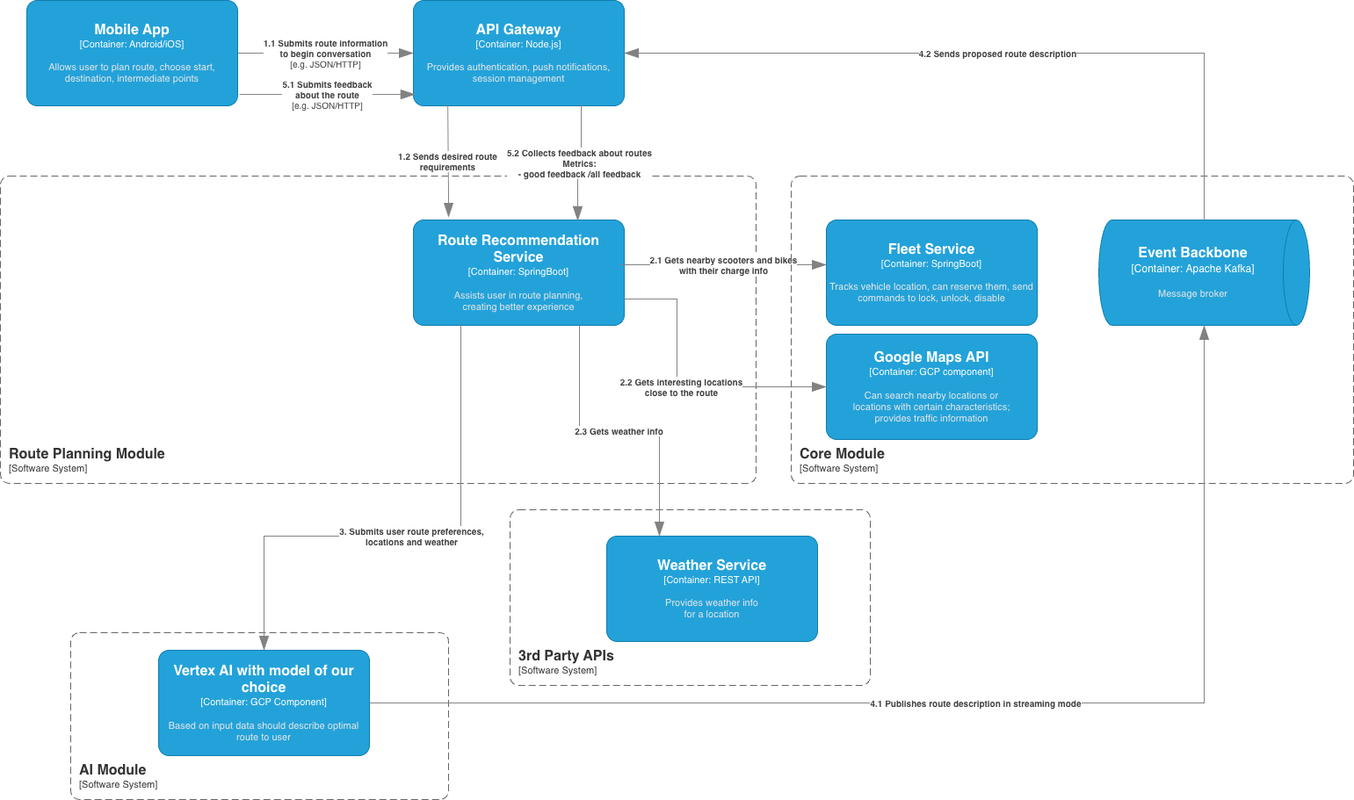
Earlier version of the draw.io export hld/scenarios/route-advice/Scooter_Bike Route Recommendation.drawio.png (Oleggio/five-nines-arch-katas). Source tidied: cells renumbered, new cells last; positions are measured from the earlier drawing's top-left corner, leaving out a move shared by most shapes.
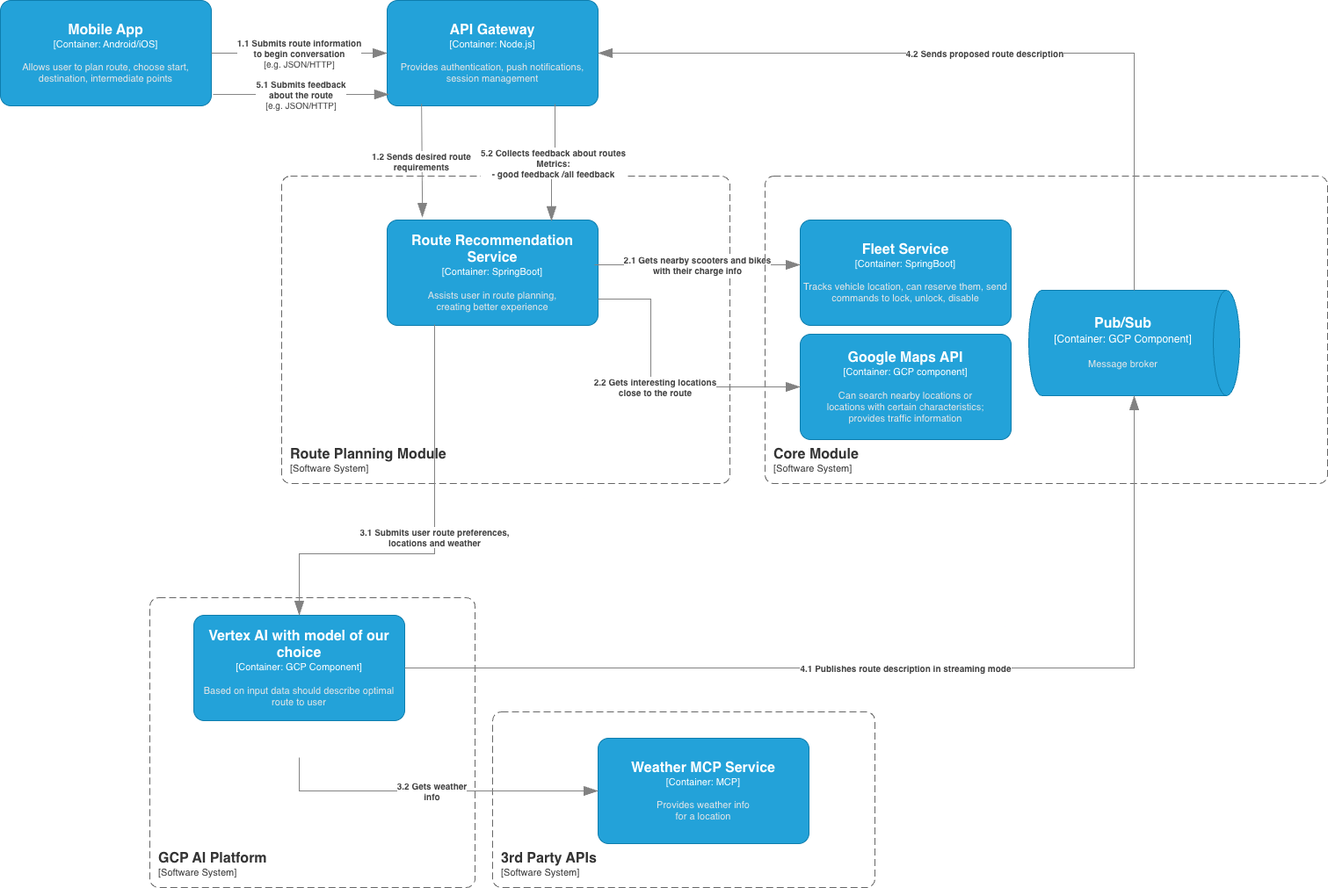
After the commit.

Commit message:
Use MCP go get weather data

Change to the diagram source:
```diff
@@ -9,7 +9,7 @@
     </object>
     <object id="3" label="&lt;font style=&quot;font-size: 16px&quot;&gt;&lt;b&gt;&lt;div style=&quot;text-align: left&quot;&gt;%c4Name%&lt;/div&gt;&lt;/b&gt;&lt;/font&gt;&lt;div style=&quot;text-align: left&quot;&gt;[%c4Application%]&lt;/div&gt;" c4Application="Software System" c4Name="Route Planning Module" c4Type="SystemScopeBoundary" placeholders="1">
       <mxCell style="rounded=1;fontSize=11;whiteSpace=wrap;html=1;dashed=1;arcSize=20;fillColor=none;strokeColor=#666666;fontColor=#333333;labelBackgroundColor=none;align=left;verticalAlign=bottom;labelBorderColor=none;spacingTop=0;spacing=10;dashPattern=8 4;perimeter=rectanglePerimeter;noLabel=0;labelPadding=0;absoluteArcSize=1;" parent="1" vertex="1">
-        <mxGeometry y="200" width="860" height="350" as="geometry" />
+        <mxGeometry x="350" y="200" width="510" height="350" as="geometry" />
       </mxCell>
     </object>
     <object id="4" label="&lt;font style=&quot;font-size: 16px&quot;&gt;&lt;b&gt;%c4Name%&lt;/b&gt;&lt;/font&gt;&lt;div&gt;[%c4Type%: %c4Technology%]&lt;/div&gt;&lt;br&gt;&lt;div&gt;&lt;font style=&quot;font-size: 11px&quot;&gt;&lt;font color=&quot;#E6E6E6&quot;&gt;%c4Description%&lt;/font&gt;&lt;/div&gt;" c4Description="Provides authentication, push notifications, session management&#10;" c4Name="API Gateway" c4Technology="Node.js" c4Type="Container" placeholders="1">
@@ -27,9 +27,9 @@
         <mxGeometry relative="1" as="geometry" />
       </mxCell>
     </object>
-    <object id="7" label="&lt;font style=&quot;font-size: 16px&quot;&gt;&lt;b&gt;&lt;div style=&quot;text-align: left&quot;&gt;%c4Name%&lt;/div&gt;&lt;/b&gt;&lt;/font&gt;&lt;div style=&quot;text-align: left&quot;&gt;[%c4Application%]&lt;/div&gt;" c4Application="Software System" c4Name="AI Module" c4Type="SystemScopeBoundary" placeholders="1">
+    <object id="7" label="&lt;font style=&quot;font-size: 16px&quot;&gt;&lt;b&gt;&lt;div style=&quot;text-align: left&quot;&gt;%c4Name%&lt;/div&gt;&lt;/b&gt;&lt;/font&gt;&lt;div style=&quot;text-align: left&quot;&gt;[%c4Application%]&lt;/div&gt;" c4Application="Software System" c4Name="GCP AI Platform" c4Type="SystemScopeBoundary" placeholders="1">
       <mxCell style="rounded=1;fontSize=11;whiteSpace=wrap;html=1;dashed=1;arcSize=20;fillColor=none;strokeColor=#666666;fontColor=#333333;labelBackgroundColor=none;align=left;verticalAlign=bottom;labelBorderColor=none;spacingTop=0;spacing=10;dashPattern=8 4;perimeter=rectanglePerimeter;noLabel=0;labelPadding=0;absoluteArcSize=1;" parent="1" vertex="1">
-        <mxGeometry x="80" y="720" width="430" height="190" as="geometry" />
+        <mxGeometry x="200" y="680" width="370" height="330" as="geometry" />
       </mxCell>
     </object>
     <object id="8" label="&lt;font style=&quot;font-size: 16px&quot;&gt;&lt;b&gt;%c4Name%&lt;/b&gt;&lt;/font&gt;&lt;div&gt;[%c4Type%: %c4Technology%]&lt;/div&gt;&lt;br&gt;&lt;div&gt;&lt;font style=&quot;font-size: 11px&quot;&gt;&lt;font color=&quot;#E6E6E6&quot;&gt;%c4Description%&lt;/font&gt;&lt;/div&gt;" c4Description="Tracks vehicle location, can reserve them, send commands to lock, unlock, disable" c4Name="Fleet Service" c4Technology="SpringBoot" c4Type="Container" placeholders="1">
@@ -49,22 +49,22 @@
     </object>
     <object id="11" label="&lt;font style=&quot;font-size: 16px&quot;&gt;&lt;b&gt;%c4Name%&lt;/b&gt;&lt;/font&gt;&lt;div&gt;[%c4Type%: %c4Technology%]&lt;/div&gt;&lt;br&gt;&lt;div&gt;&lt;font style=&quot;font-size: 11px&quot;&gt;&lt;font color=&quot;#E6E6E6&quot;&gt;%c4Description%&lt;/font&gt;&lt;/div&gt;" c4Description="Based on input data should describe optimal route to user" c4Name="Vertex AI with model of our choice" c4Technology="GCP Component" c4Type="Container" placeholders="1">
       <mxCell style="rounded=1;whiteSpace=wrap;html=1;fontSize=11;labelBackgroundColor=none;fillColor=#23A2D9;fontColor=#ffffff;align=center;arcSize=10;strokeColor=#0E7DAD;points=[[0.25,0,0],[0.5,0,0],[0.75,0,0],[1,0.25,0],[1,0.5,0],[1,0.75,0],[0.75,1,0],[0.5,1,0],[0.25,1,0],[0,0.75,0],[0,0.5,0],[0,0.25,0]];" parent="1" vertex="1">
-        <mxGeometry x="180" y="740" width="240" height="120" as="geometry" />
+        <mxGeometry x="250" y="700" width="240" height="120" as="geometry" />
       </mxCell>
     </object>
-    <object id="12" label="&lt;div style=&quot;text-align: left&quot;&gt;&lt;div style=&quot;text-align: center&quot;&gt;&lt;b&gt;%c4Description%&lt;/b&gt;&lt;/div&gt;" c4Description="3. Submits user route preferences,&#10;locations and weather" c4Type="Relationship" placeholders="1">
+    <object id="12" label="&lt;div style=&quot;text-align: left&quot;&gt;&lt;div style=&quot;text-align: center&quot;&gt;&lt;b&gt;%c4Description%&lt;/b&gt;&lt;/div&gt;" c4Description="3.1 Submits user route preferences,&#10;locations and weather" c4Type="Relationship" placeholders="1">
       <mxCell style="endArrow=blockThin;html=1;fontSize=10;fontColor=#404040;strokeWidth=1;endFill=1;strokeColor=#828282;elbow=vertical;endSize=14;startSize=14;jumpStyle=arc;jumpSize=16;rounded=0;edgeStyle=orthogonalEdgeStyle;exitX=0.225;exitY=0.992;exitDx=0;exitDy=0;exitPerimeter=0;entryX=0.5;entryY=0;entryDx=0;entryDy=0;entryPerimeter=0;" parent="1" edge="1" source="5" target="11">
         <mxGeometry relative="1" as="geometry">
           <Array as="points">
-            <mxPoint x="524" y="610" />
-            <mxPoint x="300" y="610" />
+            <mxPoint x="524" y="630" />
+            <mxPoint x="370" y="630" />
           </Array>
         </mxGeometry>
       </mxCell>
     </object>
-    <object id="13" label="&lt;font style=&quot;font-size: 16px&quot;&gt;&lt;b&gt;%c4Name%&lt;/b&gt;&lt;/font&gt;&lt;div&gt;[%c4Type%:&amp;nbsp;%c4Technology%]&lt;/div&gt;&lt;br&gt;&lt;div&gt;&lt;font style=&quot;font-size: 11px&quot;&gt;&lt;font color=&quot;#E6E6E6&quot;&gt;%c4Description%&lt;/font&gt;&lt;/div&gt;" c4Description="Message broker" c4Name="Event Backbone " c4Technology="Apache Kafka" c4Type="Container" placeholders="1">
+    <object id="13" label="&lt;font style=&quot;font-size: 16px&quot;&gt;&lt;b&gt;%c4Name%&lt;/b&gt;&lt;/font&gt;&lt;div&gt;[%c4Type%:&amp;nbsp;%c4Technology%]&lt;/div&gt;&lt;br&gt;&lt;div&gt;&lt;font style=&quot;font-size: 11px&quot;&gt;&lt;font color=&quot;#E6E6E6&quot;&gt;%c4Description%&lt;/font&gt;&lt;/div&gt;" c4Description="Message broker" c4Name="Pub/Sub" c4Technology="GCP Component" c4Type="Container" placeholders="1">
       <mxCell style="shape=cylinder3;size=15;direction=south;whiteSpace=wrap;html=1;boundedLbl=1;rounded=0;labelBackgroundColor=none;fillColor=#23A2D9;fontSize=12;fontColor=#ffffff;align=center;strokeColor=#0E7DAD;points=[[0.5,0,0],[1,0.25,0],[1,0.5,0],[1,0.75,0],[0.5,1,0],[0,0.75,0],[0,0.5,0],[0,0.25,0]];" parent="1" vertex="1">
-        <mxGeometry x="1250" y="250" width="240" height="120" as="geometry" />
+        <mxGeometry x="1200" y="330" width="240" height="120" as="geometry" />
       </mxCell>
     </object>
     <object id="14" label="&lt;div style=&quot;text-align: left&quot;&gt;&lt;div style=&quot;text-align: center&quot;&gt;&lt;b&gt;%c4Description%&lt;/b&gt;&lt;/div&gt;&lt;div style=&quot;text-align: center&quot;&gt;[%c4Technology%]&lt;/div&gt;&lt;/div&gt;" c4Description="1.1 Submits route information&#10;to begin conversation" c4Technology="e.g. JSON/HTTP" c4Type="Relationship" placeholders="1">
@@ -74,11 +74,7 @@
     </object>
     <object id="15" label="&lt;div style=&quot;text-align: left&quot;&gt;&lt;div style=&quot;text-align: center&quot;&gt;&lt;b&gt;%c4Description%&lt;/b&gt;&lt;/div&gt;" c4Description="4.2 Sends proposed route description" c4Type="Relationship" placeholders="1">
       <mxCell style="endArrow=blockThin;html=1;fontSize=10;fontColor=#404040;strokeWidth=1;endFill=1;strokeColor=#828282;elbow=vertical;endSize=14;startSize=14;jumpStyle=arc;jumpSize=16;rounded=0;edgeStyle=orthogonalEdgeStyle;exitX=0;exitY=0.5;exitDx=0;exitDy=0;exitPerimeter=0;entryX=1;entryY=0.5;entryDx=0;entryDy=0;entryPerimeter=0;" parent="1" edge="1" source="13" target="4">
-        <mxGeometry relative="1" as="geometry">
-          <Array as="points">
-            <mxPoint x="1370" y="60" />
-          </Array>
-        </mxGeometry>
+        <mxGeometry relative="1" as="geometry" />
       </mxCell>
     </object>
     <object id="16" label="&lt;font style=&quot;font-size: 16px&quot;&gt;&lt;b&gt;%c4Name%&lt;/b&gt;&lt;/font&gt;&lt;div&gt;[%c4Type%: %c4Technology%]&lt;/div&gt;&lt;br&gt;&lt;div&gt;&lt;font style=&quot;font-size: 11px&quot;&gt;&lt;font color=&quot;#E6E6E6&quot;&gt;%c4Description%&lt;/font&gt;&lt;/div&gt;" c4Description="Can search nearby locations or&#10;locations with certain characteristics;&#10;provides traffic information" c4Name="Google Maps API" c4Technology="GCP component" c4Type="Container" placeholders="1">
@@ -114,17 +110,22 @@
     </object>
     <object id="21" label="&lt;font style=&quot;font-size: 16px&quot;&gt;&lt;b&gt;&lt;div style=&quot;text-align: left&quot;&gt;%c4Name%&lt;/div&gt;&lt;/b&gt;&lt;/font&gt;&lt;div style=&quot;text-align: left&quot;&gt;[%c4Application%]&lt;/div&gt;" c4Application="Software System" c4Name="3rd Party APIs" c4Type="SystemScopeBoundary" placeholders="1">
       <mxCell style="rounded=1;fontSize=11;whiteSpace=wrap;html=1;dashed=1;arcSize=20;fillColor=none;strokeColor=#666666;fontColor=#333333;labelBackgroundColor=none;align=left;verticalAlign=bottom;labelBorderColor=none;spacingTop=0;spacing=10;dashPattern=8 4;perimeter=rectanglePerimeter;noLabel=0;labelPadding=0;absoluteArcSize=1;" parent="1" vertex="1">
-        <mxGeometry x="580" y="580" width="410" height="200" as="geometry" />
+        <mxGeometry x="590" y="810" width="435" height="200" as="geometry" />
       </mxCell>
     </object>
-    <object id="22" label="&lt;font style=&quot;font-size: 16px&quot;&gt;&lt;b&gt;%c4Name%&lt;/b&gt;&lt;/font&gt;&lt;div&gt;[%c4Type%: %c4Technology%]&lt;/div&gt;&lt;br&gt;&lt;div&gt;&lt;font style=&quot;font-size: 11px&quot;&gt;&lt;font color=&quot;#E6E6E6&quot;&gt;%c4Description%&lt;/font&gt;&lt;/div&gt;" c4Description="Provides weather info&#10;for a location" c4Name="Weather Service" c4Technology="REST API" c4Type="Container" placeholders="1">
+    <object id="22" label="&lt;font style=&quot;font-size: 16px&quot;&gt;&lt;b&gt;%c4Name%&lt;/b&gt;&lt;/font&gt;&lt;div&gt;[%c4Type%: %c4Technology%]&lt;/div&gt;&lt;br&gt;&lt;div&gt;&lt;font style=&quot;font-size: 11px&quot;&gt;&lt;font color=&quot;#E6E6E6&quot;&gt;%c4Description%&lt;/font&gt;&lt;/div&gt;" c4Description="Provides weather info&#10;for a location" c4Name="Weather MCP Service" c4Technology="MCP" c4Type="Container" placeholders="1">
       <mxCell style="rounded=1;whiteSpace=wrap;html=1;fontSize=11;labelBackgroundColor=none;fillColor=#23A2D9;fontColor=#ffffff;align=center;arcSize=10;strokeColor=#0E7DAD;points=[[0.25,0,0],[0.5,0,0],[0.75,0,0],[1,0.25,0],[1,0.5,0],[1,0.75,0],[0.75,1,0],[0.5,1,0],[0.25,1,0],[0,0.75,0],[0,0.5,0],[0,0.25,0]];" parent="1" vertex="1">
-        <mxGeometry x="690" y="610" width="240" height="120" as="geometry" />
+        <mxGeometry x="710" y="840" width="240" height="120" as="geometry" />
       </mxCell>
     </object>
-    <object id="23" label="&lt;div style=&quot;text-align: left&quot;&gt;&lt;div style=&quot;text-align: center&quot;&gt;&lt;b&gt;%c4Description%&lt;/b&gt;&lt;/div&gt;" c4Description="2.3 Gets weather info" c4Type="Relationship" placeholders="1">
-      <mxCell style="endArrow=blockThin;html=1;fontSize=10;fontColor=#404040;strokeWidth=1;endFill=1;strokeColor=#828282;elbow=vertical;endSize=14;startSize=14;jumpStyle=arc;jumpSize=16;rounded=0;edgeStyle=orthogonalEdgeStyle;exitX=0.788;exitY=1;exitDx=0;exitDy=0;exitPerimeter=0;entryX=0.25;entryY=0;entryDx=0;entryDy=0;entryPerimeter=0;" parent="1" edge="1" source="5" target="22">
-        <mxGeometry relative="1" as="geometry" />
+    <object id="23" label="&lt;div style=&quot;text-align: left&quot;&gt;&lt;div style=&quot;text-align: center&quot;&gt;&lt;b&gt;%c4Description%&lt;/b&gt;&lt;/div&gt;" c4Description="3.2 Gets weather&#10;info" c4Type="Relationship" placeholders="1">
+      <mxCell style="endArrow=blockThin;html=1;fontSize=10;fontColor=#404040;strokeWidth=1;endFill=1;strokeColor=#828282;elbow=vertical;endSize=14;startSize=14;jumpStyle=arc;jumpSize=16;rounded=0;edgeStyle=orthogonalEdgeStyle;entryX=0;entryY=0.5;entryDx=0;entryDy=0;entryPerimeter=0;" parent="1" edge="1" target="22">
+        <mxGeometry relative="1" as="geometry">
+          <mxPoint x="370" y="862" as="sourcePoint" />
+          <Array as="points">
+            <mxPoint x="370" y="900" />
+          </Array>
+        </mxGeometry>
       </mxCell>
     </object>
   </root>
```
